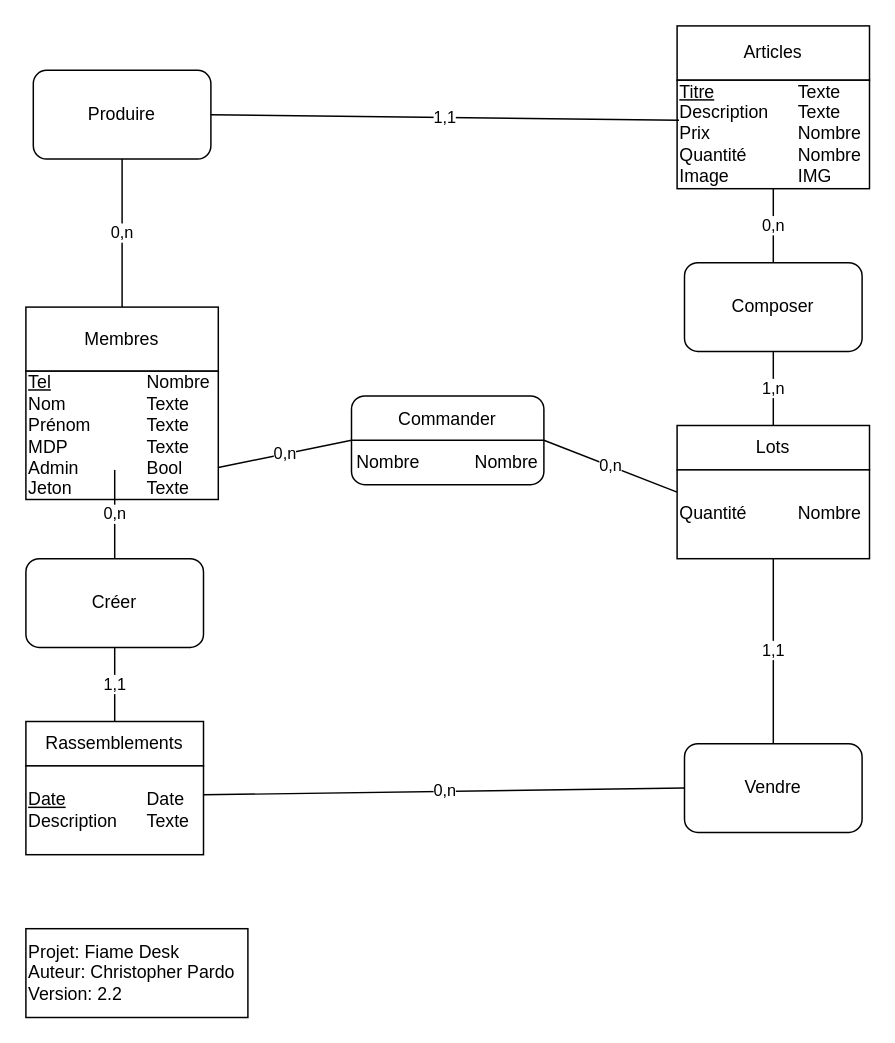
ChristopherPardo/Fiame-Desk keeps this draw.io diagram as Doc/Technique/MCD.drawio. Above is the earlier version. Source tidied: cells renumbered, new cells numbered last; positions are measured from the earlier drawing's top-left corner, leaving out a move shared by most shapes. Both pictures are drawn from the tidied source at 148%, with x=0, y=0 at pixel (25, 25).
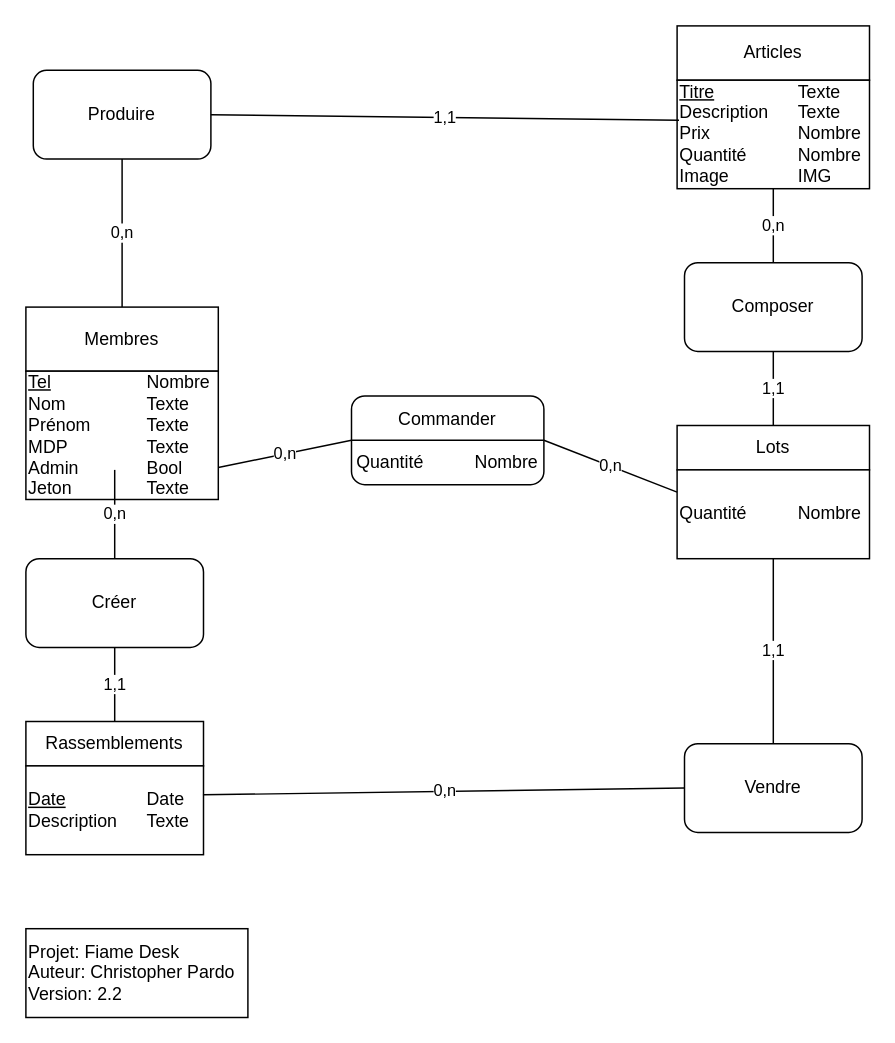
Above is the later version.

Unchanged cells that the change refers to:
```xml
<mxCell id="15" value="Lots" style="rounded=0;whiteSpace=wrap;html=1;" parent="14" vertex="1">
  <mxGeometry width="130" height="30" as="geometry" />
</mxCell>
<mxCell id="19" value="Composer" style="rounded=1;whiteSpace=wrap;html=1;" parent="1" vertex="1">
  <mxGeometry x="445" y="160" width="120" height="60" as="geometry" />
</mxCell>
```

Diff of the diagram source:
```diff
@@
-    <mxCell id="22" value="1,n" style="endArrow=none;html=1;rounded=0;entryX=0.5;entryY=0;entryDx=0;entryDy=0;exitX=0.5;exitY=1;exitDx=0;exitDy=0;" parent="1" edge="1" source="19" target="15">
+    <mxCell id="22" value="1,1" style="endArrow=none;html=1;rounded=0;entryX=0.5;entryY=0;entryDx=0;entryDy=0;exitX=0.5;exitY=1;exitDx=0;exitDy=0;" parent="1" edge="1" source="19" target="15">
       <mxGeometry relative="1" as="geometry" />
     </mxCell>
@@
-    <mxCell id="27" value="Commander&lt;br&gt;&lt;br&gt;&lt;div style=&quot;text-align: left&quot;&gt;Nombre&lt;span style=&quot;white-space: pre&quot;&gt;&#9;&lt;/span&gt;&lt;span style=&quot;white-space: pre&quot;&gt;&#9;&lt;/span&gt;Nombre&lt;/div&gt;" style="rounded=1;whiteSpace=wrap;html=1;" parent="1" vertex="1">
+    <mxCell id="27" value="Commander&lt;br&gt;&lt;br&gt;&lt;div style=&quot;text-align: left&quot;&gt;Quantité&lt;span style=&quot;white-space: pre&quot;&gt;&#9;&lt;/span&gt;&lt;span style=&quot;white-space: pre&quot;&gt;&#9;&lt;/span&gt;Nombre&lt;/div&gt;" style="rounded=1;whiteSpace=wrap;html=1;" parent="1" vertex="1">
       <mxGeometry x="220" y="250" width="130" height="60" as="geometry" />
     </mxCell>
```
